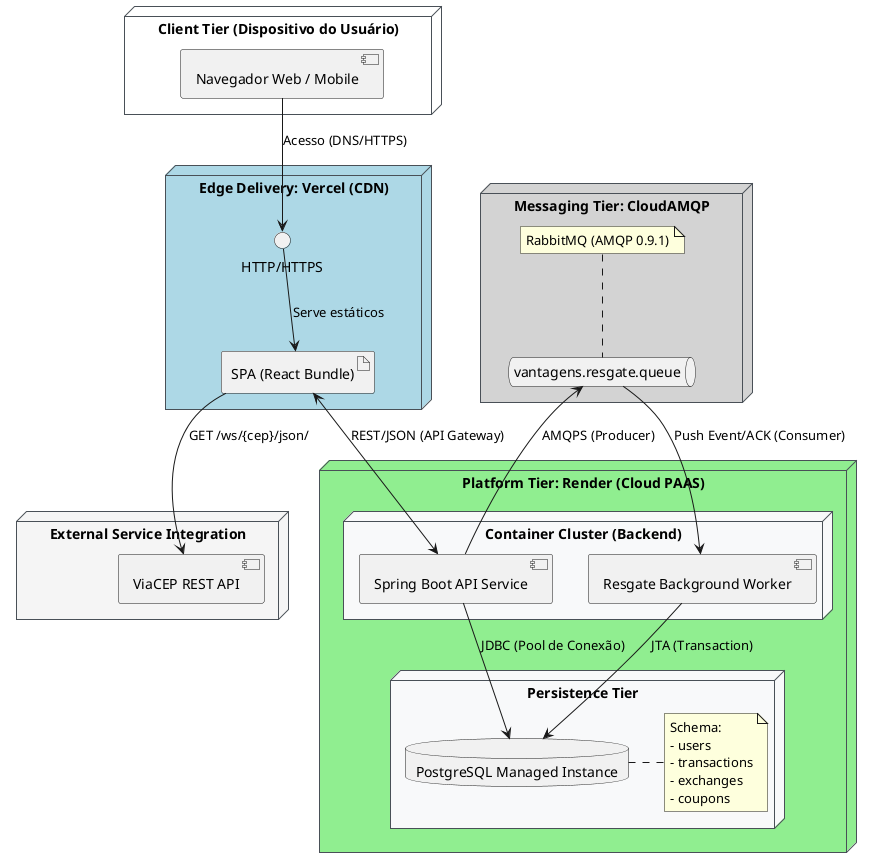
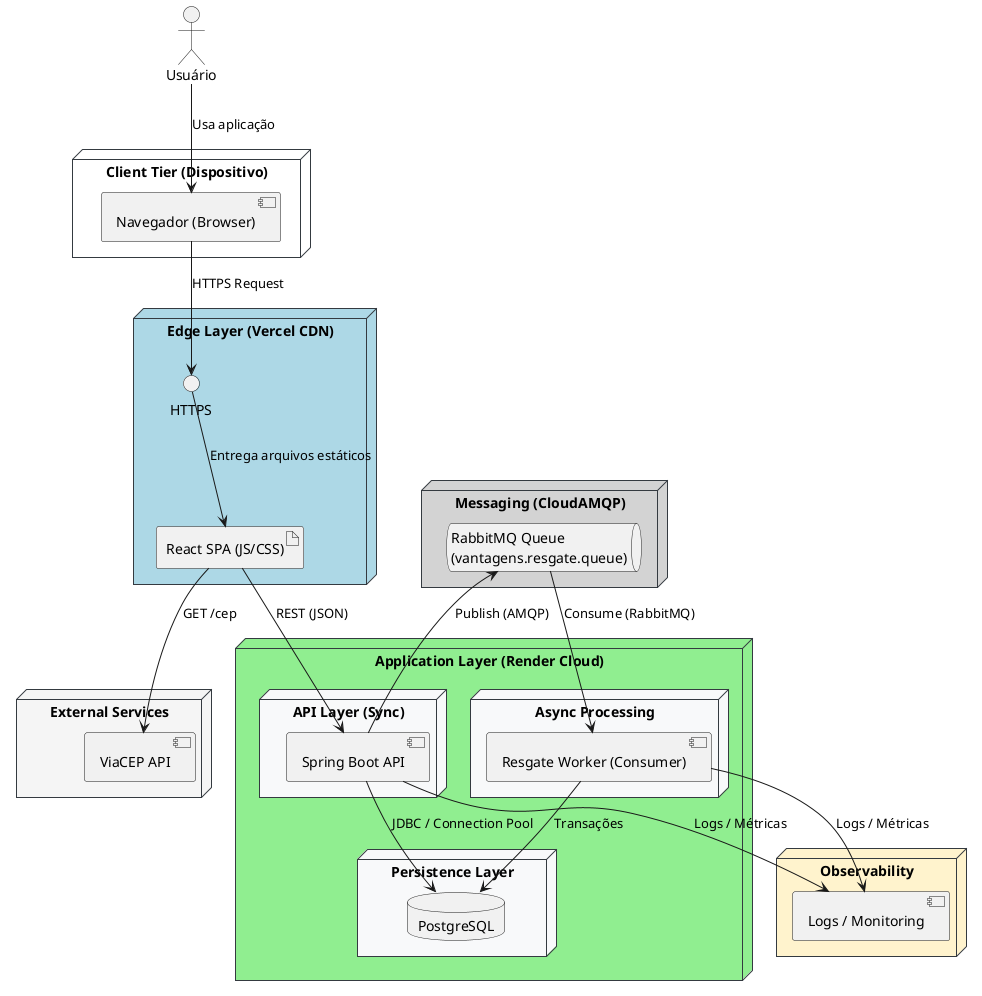
- @startuml Diagrama de Implantacao - Meritum_Enterprise
+ @startuml Diagrama_de_Implantacao_Meritum_Refinado

skinparam style strictuml
skinparam componentStyle uml2

skinparam node {
    BackgroundColor #F8F9FA
-     BorderColor #495057
+     BorderColor #343A40
}

- node "Client Tier (Dispositivo do Usuário)" #FFFFFF {
-     component [Navegador Web / Mobile] as Browser
+ actor "Usuário" as User
+ 
+ node "Client Tier (Dispositivo)" #FFFFFF {
+     component "Navegador (Browser)" as Browser
}

- node "Edge Delivery: Vercel (CDN)" #LightBlue {
-     artifact "SPA (React Bundle)" as SPA
-     interface "HTTP/HTTPS" as CDN_IF
+ node "Edge Layer (Vercel CDN)" #LightBlue {
+     artifact "React SPA (JS/CSS)" as SPA
+     interface "HTTPS" as CDN_IF
}

- node "Platform Tier: Render (Cloud PAAS)" #LightGreen {
-     node "Container Cluster (Backend)" {
-         component "Spring Boot API Service" as API
-         component "Resgate Background Worker" as Worker
+ node "Application Layer (Render Cloud)" #LightGreen {
+ 
+     node "API Layer (Sync)" {
+         component "Spring Boot API" as API
    }

-     node "Persistence Tier" {
-         database "PostgreSQL Managed Instance" as DB
-         note right of DB: Schema: \n- users\n- transactions\n- exchanges\n- coupons
+     node "Async Processing" {
+         component "Resgate Worker (Consumer)" as Worker
+     }
+ 
+     node "Persistence Layer" {
+         database "PostgreSQL" as DB
    }
}

- node "Messaging Tier: CloudAMQP" #LightGray {
-     queue "vantagens.resgate.queue" as Fila
-     note top of Fila: RabbitMQ (AMQP 0.9.1)
+ node "Messaging (CloudAMQP)" #LightGray {
+     queue "RabbitMQ Queue\n(vantagens.resgate.queue)" as Fila
}

- node "External Service Integration" #F5F5F5 {
-     component "ViaCEP REST API" as ViaCEP
+ node "External Services" #F5F5F5 {
+     component "ViaCEP API" as ViaCEP
}

- Browser --> CDN_IF : Acesso (DNS/HTTPS)
- CDN_IF --> SPA : Serve estáticos
- SPA <--> API : REST/JSON (API Gateway)
- SPA --> ViaCEP : GET /ws/{cep}/json/
+ node "Observability" #FFF3CD {
+     component "Logs / Monitoring" as Logs
+ }

- API --> DB : JDBC (Pool de Conexão)
- API --> Fila : AMQPS (Producer)
- Fila --> Worker : Push Event/ACK (Consumer)
- Worker --> DB : JTA (Transaction)
+ ' --- RELAÇÕES ---
+ 
+ User --> Browser : Usa aplicação
+ 
+ Browser --> CDN_IF : HTTPS Request
+ CDN_IF --> SPA : Entrega arquivos estáticos
+ 
+ SPA --> API : REST (JSON)
+ SPA --> ViaCEP : GET /cep
+ 
+ API --> DB : JDBC / Connection Pool
+ 
+ API --> Fila : Publish (AMQP)
+ Fila --> Worker : Consume (RabbitMQ)
+ 
+ Worker --> DB : Transações
+ 
+ API --> Logs : Logs / Métricas
+ Worker --> Logs : Logs / Métricas

@enduml